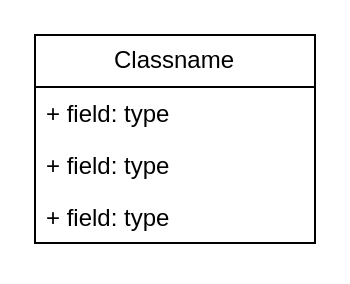
Before: Диаграмма без названия.drawio in weirdmansmr/Ggkit_v2, a draw.io diagram. Source tidied: cells renumbered, new cells numbered last; positions are measured from the earlier drawing's top-left corner, leaving out a move shared by most shapes. Both pictures are drawn from the tidied source at 200%, with x=0, y=0 at pixel (34, 34).
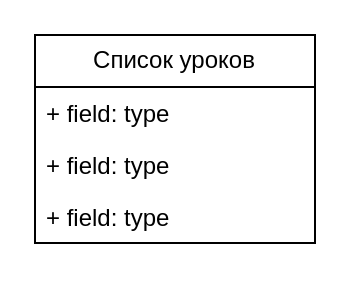
The same diagram, later.

Change to the diagram source:
```diff
@@
 <mxGraphModel>
   <root>
     <mxCell id="0" />
     <mxCell id="1" parent="0" />
-    <mxCell id="2" value="Classname" style="swimlane;fontStyle=0;horizontal=1;startSize=26;fillColor=none;whiteSpace=wrap;html=1;" parent="1" vertex="1">
+    <mxCell id="2" value="Список уроков" style="swimlane;fontStyle=0;horizontal=1;startSize=26;fillColor=none;whiteSpace=wrap;html=1;" parent="1" vertex="1">
       <mxGeometry width="140" height="104" as="geometry" />
     </mxCell>
     <mxCell id="3" value="+ field: type" style="text;strokeColor=none;fillColor=none;align=left;verticalAlign=top;spacingLeft=4;spacingRight=4;overflow=hidden;whiteSpace=wrap;html=1;" parent="2" vertex="1">
       <mxGeometry y="26" width="140" height="26" as="geometry" />
     </mxCell>
     <mxCell id="4" value="+ field: type" style="text;strokeColor=none;fillColor=none;align=left;verticalAlign=top;spacingLeft=4;spacingRight=4;overflow=hidden;whiteSpace=wrap;html=1;" parent="2" vertex="1">
       <mxGeometry y="52" width="140" height="26" as="geometry" />
     </mxCell>
     <mxCell id="5" value="+ field: type" style="text;strokeColor=none;fillColor=none;align=left;verticalAlign=top;spacingLeft=4;spacingRight=4;overflow=hidden;whiteSpace=wrap;html=1;" parent="2" vertex="1">
       <mxGeometry y="78" width="140" height="26" as="geometry" />
     </mxCell>
   </root>
 </mxGraphModel>
```
